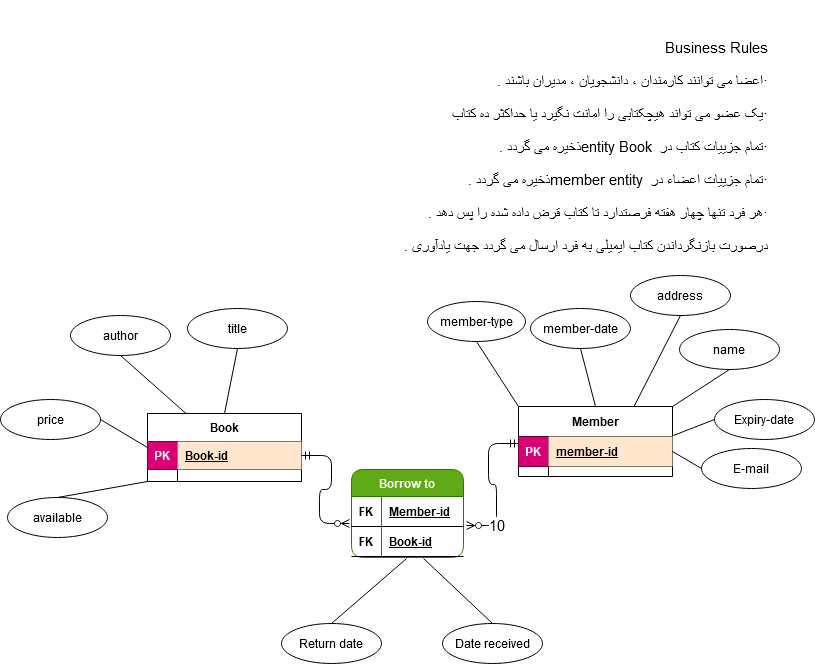
Earlier version of the draw.io export library ERD.png (shahin-servati/card-with-Redux). Source tidied: cells renumbered, new cells last; positions are measured from the earlier drawing's top-left corner, leaving out a move shared by most shapes.
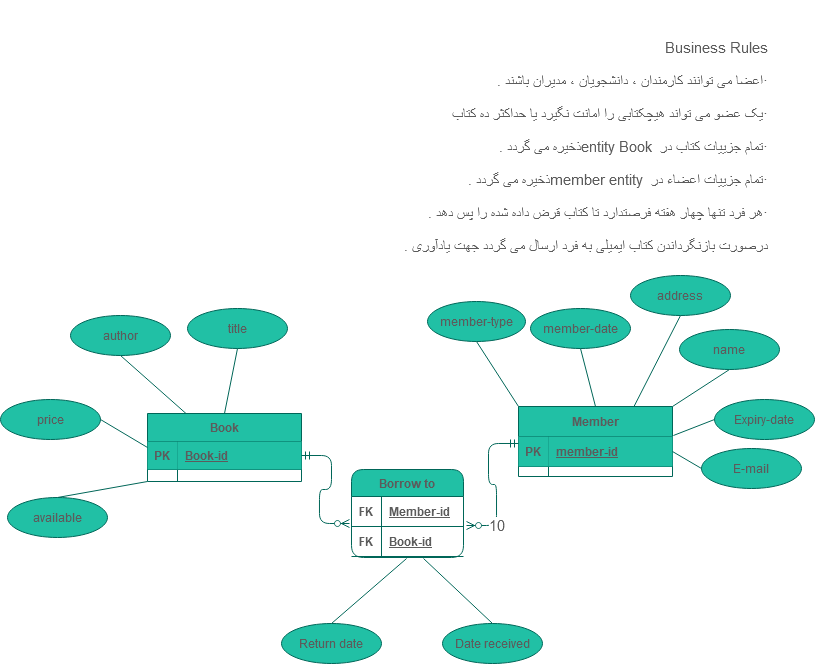
Later version of the same file.

Change to the diagram source:
```diff
@@ -2,130 +2,130 @@
   <root>
     <mxCell id="0" />
     <mxCell id="1" parent="0" />
-    <mxCell id="2" value="Book" style="shape=table;startSize=28;rowLines=0;fontStyle=1;align=center;" parent="1" vertex="1">
+    <mxCell id="2" value="Book" style="shape=table;startSize=28;rowLines=0;fontStyle=1;align=center;fillColor=#21C0A5;strokeColor=#006658;fontColor=#5C5C5C;" parent="1" vertex="1">
       <mxGeometry x="147" y="413" width="154" height="68" as="geometry" />
     </mxCell>
-    <mxCell id="3" style="shape=partialRectangle;fillColor=none;top=0;left=0;bottom=1;right=0;points=[[0,0.5],[1,0.5]];portConstraint=eastwest;" parent="2" vertex="1">
+    <mxCell id="3" style="shape=partialRectangle;fillColor=none;top=0;left=0;bottom=1;right=0;points=[[0,0.5],[1,0.5]];portConstraint=eastwest;strokeColor=#006658;fontColor=#5C5C5C;" parent="2" vertex="1">
       <mxGeometry y="28" width="154" height="28" as="geometry" />
     </mxCell>
-    <mxCell id="4" value="PK" style="shape=partialRectangle;fillColor=#d80073;top=0;left=0;bottom=0;right=0;fontStyle=1;overflow=hidden;strokeColor=#A50040;fontColor=#ffffff;" parent="3" vertex="1">
+    <mxCell id="4" value="PK" style="shape=partialRectangle;fillColor=#21C0A5;top=0;left=0;bottom=0;right=0;fontStyle=1;overflow=hidden;strokeColor=#006658;fontColor=#5C5C5C;" parent="3" vertex="1">
       <mxGeometry width="30" height="28" as="geometry" />
     </mxCell>
-    <mxCell id="5" value="Book-id" style="shape=partialRectangle;fillColor=#ffe6cc;top=0;left=0;bottom=0;right=0;align=left;spacingLeft=6;fontStyle=5;overflow=hidden;strokeColor=#d79b00;" parent="3" vertex="1">
+    <mxCell id="5" value="Book-id" style="shape=partialRectangle;fillColor=#21C0A5;top=0;left=0;bottom=0;right=0;align=left;spacingLeft=6;fontStyle=5;overflow=hidden;strokeColor=#006658;fontColor=#5C5C5C;" parent="3" vertex="1">
       <mxGeometry x="30" width="124" height="28" as="geometry" />
     </mxCell>
-    <mxCell id="6" value="title" style="ellipse;whiteSpace=wrap;html=1;align=center;" parent="1" vertex="1">
+    <mxCell id="6" value="title" style="ellipse;whiteSpace=wrap;html=1;align=center;fillColor=#21C0A5;strokeColor=#006658;fontColor=#5C5C5C;" parent="1" vertex="1">
       <mxGeometry x="187" y="308" width="100" height="40" as="geometry" />
     </mxCell>
-    <mxCell id="7" style="endArrow=none;html=1;rounded=0;entryX=0.5;entryY=0;entryDx=0;entryDy=0;exitX=0.5;exitY=1;exitDx=0;exitDy=0;" parent="1" edge="1" source="6" target="2">
+    <mxCell id="7" style="endArrow=none;html=1;rounded=0;entryX=0.5;entryY=0;entryDx=0;entryDy=0;exitX=0.5;exitY=1;exitDx=0;exitDy=0;strokeColor=#006658;fontColor=#5C5C5C;" parent="1" edge="1" source="6" target="2">
       <mxGeometry relative="1" as="geometry" />
     </mxCell>
-    <mxCell id="8" value="author" style="ellipse;whiteSpace=wrap;html=1;align=center;" parent="1" vertex="1">
+    <mxCell id="8" value="author" style="ellipse;whiteSpace=wrap;html=1;align=center;fillColor=#21C0A5;strokeColor=#006658;fontColor=#5C5C5C;" parent="1" vertex="1">
       <mxGeometry x="70" y="315" width="100" height="40" as="geometry" />
     </mxCell>
-    <mxCell id="9" style="endArrow=none;html=1;rounded=0;exitX=0.5;exitY=1;exitDx=0;exitDy=0;entryX=0.25;entryY=0;entryDx=0;entryDy=0;" parent="1" edge="1" source="8" target="2">
+    <mxCell id="9" style="endArrow=none;html=1;rounded=0;exitX=0.5;exitY=1;exitDx=0;exitDy=0;entryX=0.25;entryY=0;entryDx=0;entryDy=0;strokeColor=#006658;fontColor=#5C5C5C;" parent="1" edge="1" source="8" target="2">
       <mxGeometry relative="1" as="geometry" />
     </mxCell>
-    <mxCell id="10" value="price" style="ellipse;whiteSpace=wrap;html=1;align=center;" parent="1" vertex="1">
+    <mxCell id="10" value="price" style="ellipse;whiteSpace=wrap;html=1;align=center;fillColor=#21C0A5;strokeColor=#006658;fontColor=#5C5C5C;" parent="1" vertex="1">
       <mxGeometry y="399" width="100" height="40" as="geometry" />
     </mxCell>
-    <mxCell id="11" style="endArrow=none;html=1;rounded=0;entryX=0;entryY=0.5;entryDx=0;entryDy=0;exitX=1;exitY=0.5;exitDx=0;exitDy=0;" parent="1" edge="1" source="10" target="2">
+    <mxCell id="11" style="endArrow=none;html=1;rounded=0;entryX=0;entryY=0.5;entryDx=0;entryDy=0;exitX=1;exitY=0.5;exitDx=0;exitDy=0;strokeColor=#006658;fontColor=#5C5C5C;" parent="1" edge="1" source="10" target="2">
       <mxGeometry relative="1" as="geometry" />
     </mxCell>
-    <mxCell id="12" value="available" style="ellipse;whiteSpace=wrap;html=1;align=center;" parent="1" vertex="1">
+    <mxCell id="12" value="available" style="ellipse;whiteSpace=wrap;html=1;align=center;fillColor=#21C0A5;strokeColor=#006658;fontColor=#5C5C5C;" parent="1" vertex="1">
       <mxGeometry x="7" y="497" width="100" height="40" as="geometry" />
     </mxCell>
-    <mxCell id="13" style="endArrow=none;html=1;rounded=0;entryX=0;entryY=1;entryDx=0;entryDy=0;exitX=0.5;exitY=0;exitDx=0;exitDy=0;" parent="1" edge="1" source="12" target="2">
+    <mxCell id="13" style="endArrow=none;html=1;rounded=0;entryX=0;entryY=1;entryDx=0;entryDy=0;exitX=0.5;exitY=0;exitDx=0;exitDy=0;strokeColor=#006658;fontColor=#5C5C5C;" parent="1" edge="1" source="12" target="2">
       <mxGeometry relative="1" as="geometry" />
     </mxCell>
-    <mxCell id="14" value="Member" style="shape=table;startSize=30;rowLines=0;fontStyle=1;align=center;" parent="1" vertex="1">
+    <mxCell id="14" value="Member" style="shape=table;startSize=30;rowLines=0;fontStyle=1;align=center;fillColor=#21C0A5;strokeColor=#006658;fontColor=#5C5C5C;" parent="1" vertex="1">
       <mxGeometry x="518" y="406" width="154" height="70" as="geometry" />
     </mxCell>
-    <mxCell id="15" style="shape=partialRectangle;fillColor=none;top=0;left=0;bottom=1;right=0;points=[[0,0.5],[1,0.5]];portConstraint=eastwest;" parent="14" vertex="1">
+    <mxCell id="15" style="shape=partialRectangle;fillColor=none;top=0;left=0;bottom=1;right=0;points=[[0,0.5],[1,0.5]];portConstraint=eastwest;strokeColor=#006658;fontColor=#5C5C5C;" parent="14" vertex="1">
       <mxGeometry y="30" width="154" height="30" as="geometry" />
     </mxCell>
-    <mxCell id="16" value="PK" style="shape=partialRectangle;fillColor=#d80073;top=0;left=0;bottom=0;right=0;fontStyle=1;overflow=hidden;strokeColor=#A50040;fontColor=#ffffff;" parent="15" vertex="1">
+    <mxCell id="16" value="PK" style="shape=partialRectangle;fillColor=#21C0A5;top=0;left=0;bottom=0;right=0;fontStyle=1;overflow=hidden;strokeColor=#006658;fontColor=#5C5C5C;" parent="15" vertex="1">
       <mxGeometry width="30" height="30" as="geometry" />
     </mxCell>
-    <mxCell id="17" value="member-id" style="shape=partialRectangle;fillColor=#ffe6cc;top=0;left=0;bottom=0;right=0;align=left;spacingLeft=6;fontStyle=5;overflow=hidden;strokeColor=#d79b00;" parent="15" vertex="1">
+    <mxCell id="17" value="member-id" style="shape=partialRectangle;fillColor=#21C0A5;top=0;left=0;bottom=0;right=0;align=left;spacingLeft=6;fontStyle=5;overflow=hidden;strokeColor=#006658;fontColor=#5C5C5C;" parent="15" vertex="1">
       <mxGeometry x="30" width="124" height="30" as="geometry" />
     </mxCell>
-    <mxCell id="18" value="member-type" style="ellipse;whiteSpace=wrap;html=1;align=center;" parent="1" vertex="1">
+    <mxCell id="18" value="member-type" style="ellipse;whiteSpace=wrap;html=1;align=center;fillColor=#21C0A5;strokeColor=#006658;fontColor=#5C5C5C;" parent="1" vertex="1">
       <mxGeometry x="427" y="301" width="98" height="40" as="geometry" />
     </mxCell>
-    <mxCell id="19" value="member-date" style="ellipse;whiteSpace=wrap;html=1;align=center;" parent="1" vertex="1">
+    <mxCell id="19" value="member-date" style="ellipse;whiteSpace=wrap;html=1;align=center;fillColor=#21C0A5;strokeColor=#006658;fontColor=#5C5C5C;" parent="1" vertex="1">
       <mxGeometry x="530" y="308" width="100" height="40" as="geometry" />
     </mxCell>
-    <mxCell id="20" value="address" style="ellipse;whiteSpace=wrap;html=1;align=center;" parent="1" vertex="1">
+    <mxCell id="20" value="address" style="ellipse;whiteSpace=wrap;html=1;align=center;fillColor=#21C0A5;strokeColor=#006658;fontColor=#5C5C5C;" parent="1" vertex="1">
       <mxGeometry x="630" y="275" width="100" height="40" as="geometry" />
     </mxCell>
-    <mxCell id="21" style="endArrow=none;html=1;rounded=0;entryX=0.5;entryY=0;entryDx=0;entryDy=0;exitX=0.5;exitY=1;exitDx=0;exitDy=0;" parent="1" edge="1" source="19" target="14">
+    <mxCell id="21" style="endArrow=none;html=1;rounded=0;entryX=0.5;entryY=0;entryDx=0;entryDy=0;exitX=0.5;exitY=1;exitDx=0;exitDy=0;strokeColor=#006658;fontColor=#5C5C5C;" parent="1" edge="1" source="19" target="14">
       <mxGeometry relative="1" as="geometry" />
     </mxCell>
-    <mxCell id="22" style="endArrow=none;html=1;rounded=0;exitX=0.5;exitY=1;exitDx=0;exitDy=0;entryX=0;entryY=0;entryDx=0;entryDy=0;" parent="1" edge="1" source="18" target="14">
+    <mxCell id="22" style="endArrow=none;html=1;rounded=0;exitX=0.5;exitY=1;exitDx=0;exitDy=0;entryX=0;entryY=0;entryDx=0;entryDy=0;strokeColor=#006658;fontColor=#5C5C5C;" parent="1" edge="1" source="18" target="14">
       <mxGeometry relative="1" as="geometry" />
     </mxCell>
-    <mxCell id="23" style="endArrow=none;html=1;rounded=0;exitX=0.5;exitY=1;exitDx=0;exitDy=0;entryX=0.75;entryY=0;entryDx=0;entryDy=0;" parent="1" edge="1" source="20" target="14">
+    <mxCell id="23" style="endArrow=none;html=1;rounded=0;exitX=0.5;exitY=1;exitDx=0;exitDy=0;entryX=0.75;entryY=0;entryDx=0;entryDy=0;strokeColor=#006658;fontColor=#5C5C5C;" parent="1" edge="1" source="20" target="14">
       <mxGeometry relative="1" as="geometry" />
     </mxCell>
-    <mxCell id="24" value="name" style="ellipse;whiteSpace=wrap;html=1;align=center;" parent="1" vertex="1">
+    <mxCell id="24" value="name" style="ellipse;whiteSpace=wrap;html=1;align=center;fillColor=#21C0A5;strokeColor=#006658;fontColor=#5C5C5C;" parent="1" vertex="1">
       <mxGeometry x="679" y="329" width="100" height="40" as="geometry" />
     </mxCell>
-    <mxCell id="25" value="Expiry-date" style="ellipse;whiteSpace=wrap;html=1;align=center;" parent="1" vertex="1">
+    <mxCell id="25" value="Expiry-date" style="ellipse;whiteSpace=wrap;html=1;align=center;fillColor=#21C0A5;strokeColor=#006658;fontColor=#5C5C5C;" parent="1" vertex="1">
       <mxGeometry x="714" y="399" width="100" height="40" as="geometry" />
     </mxCell>
-    <mxCell id="26" value="E-mail" style="ellipse;whiteSpace=wrap;html=1;align=center;" parent="1" vertex="1">
+    <mxCell id="26" value="E-mail" style="ellipse;whiteSpace=wrap;html=1;align=center;fillColor=#21C0A5;strokeColor=#006658;fontColor=#5C5C5C;" parent="1" vertex="1">
       <mxGeometry x="701" y="448" width="100" height="40" as="geometry" />
     </mxCell>
-    <mxCell id="27" style="endArrow=none;html=1;rounded=0;exitX=0;exitY=0.5;exitDx=0;exitDy=0;entryX=1;entryY=0.5;entryDx=0;entryDy=0;" parent="1" edge="1" source="26" target="15">
+    <mxCell id="27" style="endArrow=none;html=1;rounded=0;exitX=0;exitY=0.5;exitDx=0;exitDy=0;entryX=1;entryY=0.5;entryDx=0;entryDy=0;strokeColor=#006658;fontColor=#5C5C5C;" parent="1" edge="1" source="26" target="15">
       <mxGeometry relative="1" as="geometry" />
     </mxCell>
-    <mxCell id="28" style="endArrow=none;html=1;rounded=0;exitX=0.5;exitY=1;exitDx=0;exitDy=0;entryX=1;entryY=0;entryDx=0;entryDy=0;" parent="1" edge="1" source="24" target="14">
+    <mxCell id="28" style="endArrow=none;html=1;rounded=0;exitX=0.5;exitY=1;exitDx=0;exitDy=0;entryX=1;entryY=0;entryDx=0;entryDy=0;strokeColor=#006658;fontColor=#5C5C5C;" parent="1" edge="1" source="24" target="14">
       <mxGeometry relative="1" as="geometry" />
     </mxCell>
-    <mxCell id="29" style="endArrow=none;html=1;rounded=0;exitX=0;exitY=0.5;exitDx=0;exitDy=0;entryX=1.006;entryY=-0.033;entryDx=0;entryDy=0;entryPerimeter=0;" parent="1" edge="1" source="25" target="15">
+    <mxCell id="29" style="endArrow=none;html=1;rounded=0;exitX=0;exitY=0.5;exitDx=0;exitDy=0;entryX=1.006;entryY=-0.033;entryDx=0;entryDy=0;entryPerimeter=0;strokeColor=#006658;fontColor=#5C5C5C;" parent="1" edge="1" source="25" target="15">
       <mxGeometry relative="1" as="geometry" />
     </mxCell>
-    <mxCell id="30" value="Return date" style="ellipse;whiteSpace=wrap;html=1;align=center;" parent="1" vertex="1">
+    <mxCell id="30" value="Return date" style="ellipse;whiteSpace=wrap;html=1;align=center;fillColor=#21C0A5;strokeColor=#006658;fontColor=#5C5C5C;" parent="1" vertex="1">
       <mxGeometry x="281" y="623" width="100" height="40" as="geometry" />
     </mxCell>
-    <mxCell id="31" value="Date received" style="ellipse;whiteSpace=wrap;html=1;align=center;" parent="1" vertex="1">
+    <mxCell id="31" value="Date received" style="ellipse;whiteSpace=wrap;html=1;align=center;fillColor=#21C0A5;strokeColor=#006658;fontColor=#5C5C5C;" parent="1" vertex="1">
       <mxGeometry x="442" y="623" width="100" height="40" as="geometry" />
     </mxCell>
-    <mxCell id="32" style="endArrow=none;html=1;rounded=0;exitX=0.492;exitY=1.067;exitDx=0;exitDy=0;entryX=0.5;entryY=0;entryDx=0;entryDy=0;exitPerimeter=0;" parent="1" edge="1" source="38" target="30">
+    <mxCell id="32" style="endArrow=none;html=1;rounded=0;exitX=0.492;exitY=1.067;exitDx=0;exitDy=0;entryX=0.5;entryY=0;entryDx=0;entryDy=0;exitPerimeter=0;strokeColor=#006658;fontColor=#5C5C5C;" parent="1" edge="1" source="38" target="30">
       <mxGeometry relative="1" as="geometry" />
     </mxCell>
-    <mxCell id="33" style="endArrow=none;html=1;rounded=0;exitX=0.643;exitY=1.067;exitDx=0;exitDy=0;entryX=0.5;entryY=0;entryDx=0;entryDy=0;exitPerimeter=0;" parent="1" edge="1" source="38" target="31">
+    <mxCell id="33" style="endArrow=none;html=1;rounded=0;exitX=0.643;exitY=1.067;exitDx=0;exitDy=0;entryX=0.5;entryY=0;entryDx=0;entryDy=0;exitPerimeter=0;strokeColor=#006658;fontColor=#5C5C5C;" parent="1" edge="1" source="38" target="31">
       <mxGeometry relative="1" as="geometry" />
     </mxCell>
-    <mxCell id="34" value="Borrow to" style="shape=table;startSize=27;rowLines=0;fontStyle=1;align=center;rounded=1;shadow=0;sketch=0;fillColor=#60a917;strokeColor=#2D7600;fontColor=#ffffff;" parent="1" vertex="1">
+    <mxCell id="34" value="Borrow to" style="shape=table;startSize=27;rowLines=0;fontStyle=1;align=center;rounded=1;shadow=0;sketch=0;fillColor=#21C0A5;strokeColor=#006658;fontColor=#5C5C5C;" parent="1" vertex="1">
       <mxGeometry x="351" y="469" width="112" height="88" as="geometry" />
     </mxCell>
-    <mxCell id="35" style="shape=partialRectangle;fillColor=none;top=0;left=0;bottom=1;right=0;points=[[0,0.5],[1,0.5]];portConstraint=eastwest;" parent="34" vertex="1">
+    <mxCell id="35" style="shape=partialRectangle;fillColor=none;top=0;left=0;bottom=1;right=0;points=[[0,0.5],[1,0.5]];portConstraint=eastwest;strokeColor=#006658;fontColor=#5C5C5C;" parent="34" vertex="1">
       <mxGeometry y="27" width="112" height="30" as="geometry" />
     </mxCell>
-    <mxCell id="36" value="FK" style="shape=partialRectangle;fillColor=none;top=0;left=0;bottom=0;right=0;fontStyle=1;overflow=hidden;" parent="35" vertex="1">
+    <mxCell id="36" value="FK" style="shape=partialRectangle;fillColor=none;top=0;left=0;bottom=0;right=0;fontStyle=1;overflow=hidden;strokeColor=#006658;fontColor=#5C5C5C;" parent="35" vertex="1">
       <mxGeometry width="30" height="30" as="geometry" />
     </mxCell>
-    <mxCell id="37" value="Member-id" style="shape=partialRectangle;fillColor=none;top=0;left=0;bottom=0;right=0;align=left;spacingLeft=6;fontStyle=5;overflow=hidden;verticalAlign=middle;" parent="35" vertex="1">
+    <mxCell id="37" value="Member-id" style="shape=partialRectangle;fillColor=none;top=0;left=0;bottom=0;right=0;align=left;spacingLeft=6;fontStyle=5;overflow=hidden;verticalAlign=middle;strokeColor=#006658;fontColor=#5C5C5C;" parent="35" vertex="1">
       <mxGeometry x="30" width="82" height="30" as="geometry" />
     </mxCell>
-    <mxCell id="38" style="shape=partialRectangle;fillColor=none;top=0;left=0;bottom=1;right=0;points=[[0,0.5],[1,0.5]];portConstraint=eastwest;" parent="34" vertex="1">
+    <mxCell id="38" style="shape=partialRectangle;fillColor=none;top=0;left=0;bottom=1;right=0;points=[[0,0.5],[1,0.5]];portConstraint=eastwest;strokeColor=#006658;fontColor=#5C5C5C;" parent="34" vertex="1">
       <mxGeometry y="57" width="112" height="30" as="geometry" />
     </mxCell>
-    <mxCell id="39" value="FK" style="shape=partialRectangle;fillColor=none;top=0;left=0;bottom=0;right=0;fontStyle=1;overflow=hidden;" parent="38" vertex="1">
+    <mxCell id="39" value="FK" style="shape=partialRectangle;fillColor=none;top=0;left=0;bottom=0;right=0;fontStyle=1;overflow=hidden;strokeColor=#006658;fontColor=#5C5C5C;" parent="38" vertex="1">
       <mxGeometry width="30" height="30" as="geometry" />
     </mxCell>
-    <mxCell id="40" value="Book-id" style="shape=partialRectangle;fillColor=none;top=0;left=0;bottom=0;right=0;align=left;spacingLeft=6;fontStyle=5;overflow=hidden;verticalAlign=middle;" parent="38" vertex="1">
+    <mxCell id="40" value="Book-id" style="shape=partialRectangle;fillColor=none;top=0;left=0;bottom=0;right=0;align=left;spacingLeft=6;fontStyle=5;overflow=hidden;verticalAlign=middle;strokeColor=#006658;fontColor=#5C5C5C;" parent="38" vertex="1">
       <mxGeometry x="30" width="82" height="30" as="geometry" />
     </mxCell>
-    <mxCell id="41" style="edgeStyle=entityRelationEdgeStyle;fontSize=12;html=1;endArrow=ERzeroToMany;startArrow=ERmandOne;exitX=1;exitY=0.5;exitDx=0;exitDy=0;entryX=-0.018;entryY=0.9;entryDx=0;entryDy=0;entryPerimeter=0;" parent="1" edge="1" source="3" target="35">
+    <mxCell id="41" style="edgeStyle=entityRelationEdgeStyle;fontSize=12;html=1;endArrow=ERzeroToMany;startArrow=ERmandOne;exitX=1;exitY=0.5;exitDx=0;exitDy=0;entryX=-0.018;entryY=0.9;entryDx=0;entryDy=0;entryPerimeter=0;strokeColor=#006658;fontColor=#5C5C5C;" parent="1" edge="1" source="3" target="35">
       <mxGeometry relative="1" as="geometry" />
     </mxCell>
-    <mxCell id="42" value="10" style="edgeStyle=entityRelationEdgeStyle;fontSize=15;html=1;endArrow=ERzeroToMany;startArrow=ERmandOne;entryX=1.027;entryY=-0.033;entryDx=0;entryDy=0;entryPerimeter=0;exitX=0;exitY=0.233;exitDx=0;exitDy=0;exitPerimeter=0;jumpSize=6;strokeWidth=1;" parent="1" edge="1" source="15" target="38">
+    <mxCell id="42" value="10" style="edgeStyle=entityRelationEdgeStyle;fontSize=15;html=1;endArrow=ERzeroToMany;startArrow=ERmandOne;entryX=1.027;entryY=-0.033;entryDx=0;entryDy=0;entryPerimeter=0;exitX=0;exitY=0.233;exitDx=0;exitDy=0;exitPerimeter=0;jumpSize=6;strokeWidth=1;strokeColor=#006658;fontColor=#5C5C5C;" parent="1" edge="1" source="15" target="38">
       <mxGeometry x="0.6" relative="1" as="geometry" />
     </mxCell>
-    <mxCell id="43" value="&lt;div&gt;&lt;p dir=&quot;RTL&quot;&gt;&lt;br&gt;&lt;span lang=&quot;en-AS&quot;&gt;&lt;span&gt;Business Rules &lt;br&gt;&lt;/span&gt;&lt;/span&gt;&lt;/p&gt;&lt;p dir=&quot;RTL&quot;&gt;&lt;span lang=&quot;en-AS&quot;&gt;&lt;span&gt;·&lt;/span&gt;&lt;/span&gt;&lt;span lang=&quot;FA&quot;&gt;اعضا می توانند کارمندان ، دانشجویان ، مدیران باشند . &lt;/span&gt;&lt;/p&gt;&lt;p dir=&quot;RTL&quot;&gt;&lt;span lang=&quot;en-AS&quot;&gt;&lt;span&gt;·&lt;/span&gt;&lt;/span&gt;&lt;span lang=&quot;FA&quot;&gt;یک عضو می تواند هیچکتابی را امانت نگیرد یا حداکثر ده کتاب &lt;/span&gt;&lt;/p&gt;&lt;p dir=&quot;RTL&quot;&gt;&lt;span lang=&quot;en-AS&quot;&gt;&lt;span&gt;·&lt;/span&gt;&lt;/span&gt;&lt;span lang=&quot;FA&quot;&gt;تمام جزییات کتاب در &lt;/span&gt;&lt;span dir=&quot;LTR&quot; lang=&quot;en-AS&quot;&gt;Book &lt;/span&gt;&lt;span dir=&quot;LTR&quot;&gt;entity &lt;/span&gt;&lt;span lang=&quot;FA&quot;&gt;ذخیره می گردد . &lt;/span&gt;&lt;/p&gt;&lt;p dir=&quot;RTL&quot;&gt;&lt;span lang=&quot;en-AS&quot;&gt;&lt;span&gt;·&lt;/span&gt;&lt;/span&gt;&lt;span lang=&quot;FA&quot;&gt;تمام جزییات اعضاء در &lt;/span&gt;&lt;span dir=&quot;LTR&quot; lang=&quot;en-AS&quot;&gt;member entity &lt;/span&gt;&lt;span lang=&quot;FA&quot;&gt;ذخیره می گردد .&lt;/span&gt;&lt;/p&gt;&lt;p dir=&quot;RTL&quot;&gt;&lt;span lang=&quot;en-AS&quot;&gt;&lt;span&gt;·&lt;/span&gt;&lt;/span&gt;&lt;span lang=&quot;FA&quot;&gt;هر فرد تنها چهار هفته فرصتدارد تا کتاب قرض داده شده را پس دهد .&lt;/span&gt;&lt;/p&gt;&lt;span dir=&quot;RTL&quot; lang=&quot;FA&quot;&gt;درصورت بازنگرداندن کتاب ایمیلی به فرد ارسال می گردد جهت یادآوری .&amp;nbsp;&lt;/span&gt;&lt;/div&gt;&lt;div style=&quot;font-size: 18px&quot;&gt;&lt;br&gt;&lt;/div&gt;" style="text;html=1;align=right;verticalAlign=middle;fillColor=none;strokeColor=none;rounded=0;fontSize=15;" parent="1" vertex="1">
+    <mxCell id="43" value="&lt;div&gt;&lt;p dir=&quot;RTL&quot;&gt;&lt;br&gt;&lt;span lang=&quot;en-AS&quot;&gt;&lt;span&gt;Business Rules &lt;br&gt;&lt;/span&gt;&lt;/span&gt;&lt;/p&gt;&lt;p dir=&quot;RTL&quot;&gt;&lt;span lang=&quot;en-AS&quot;&gt;&lt;span&gt;·&lt;/span&gt;&lt;/span&gt;&lt;span lang=&quot;FA&quot;&gt;اعضا می توانند کارمندان ، دانشجویان ، مدیران باشند . &lt;/span&gt;&lt;/p&gt;&lt;p dir=&quot;RTL&quot;&gt;&lt;span lang=&quot;en-AS&quot;&gt;&lt;span&gt;·&lt;/span&gt;&lt;/span&gt;&lt;span lang=&quot;FA&quot;&gt;یک عضو می تواند هیچکتابی را امانت نگیرد یا حداکثر ده کتاب &lt;/span&gt;&lt;/p&gt;&lt;p dir=&quot;RTL&quot;&gt;&lt;span lang=&quot;en-AS&quot;&gt;&lt;span&gt;·&lt;/span&gt;&lt;/span&gt;&lt;span lang=&quot;FA&quot;&gt;تمام جزییات کتاب در &lt;/span&gt;&lt;span dir=&quot;LTR&quot; lang=&quot;en-AS&quot;&gt;Book &lt;/span&gt;&lt;span dir=&quot;LTR&quot;&gt;entity &lt;/span&gt;&lt;span lang=&quot;FA&quot;&gt;ذخیره می گردد . &lt;/span&gt;&lt;/p&gt;&lt;p dir=&quot;RTL&quot;&gt;&lt;span lang=&quot;en-AS&quot;&gt;&lt;span&gt;·&lt;/span&gt;&lt;/span&gt;&lt;span lang=&quot;FA&quot;&gt;تمام جزییات اعضاء در &lt;/span&gt;&lt;span dir=&quot;LTR&quot; lang=&quot;en-AS&quot;&gt;member entity &lt;/span&gt;&lt;span lang=&quot;FA&quot;&gt;ذخیره می گردد .&lt;/span&gt;&lt;/p&gt;&lt;p dir=&quot;RTL&quot;&gt;&lt;span lang=&quot;en-AS&quot;&gt;&lt;span&gt;·&lt;/span&gt;&lt;/span&gt;&lt;span lang=&quot;FA&quot;&gt;هر فرد تنها چهار هفته فرصتدارد تا کتاب قرض داده شده را پس دهد .&lt;/span&gt;&lt;/p&gt;&lt;span dir=&quot;RTL&quot; lang=&quot;FA&quot;&gt;درصورت بازنگرداندن کتاب ایمیلی به فرد ارسال می گردد جهت یادآوری .&amp;nbsp;&lt;/span&gt;&lt;/div&gt;&lt;div style=&quot;font-size: 18px&quot;&gt;&lt;br&gt;&lt;/div&gt;" style="text;html=1;align=right;verticalAlign=middle;fillColor=none;strokeColor=none;rounded=0;fontSize=15;fontColor=#5C5C5C;" parent="1" vertex="1">
       <mxGeometry x="391" width="378" height="280" as="geometry" />
     </mxCell>
   </root>
```
